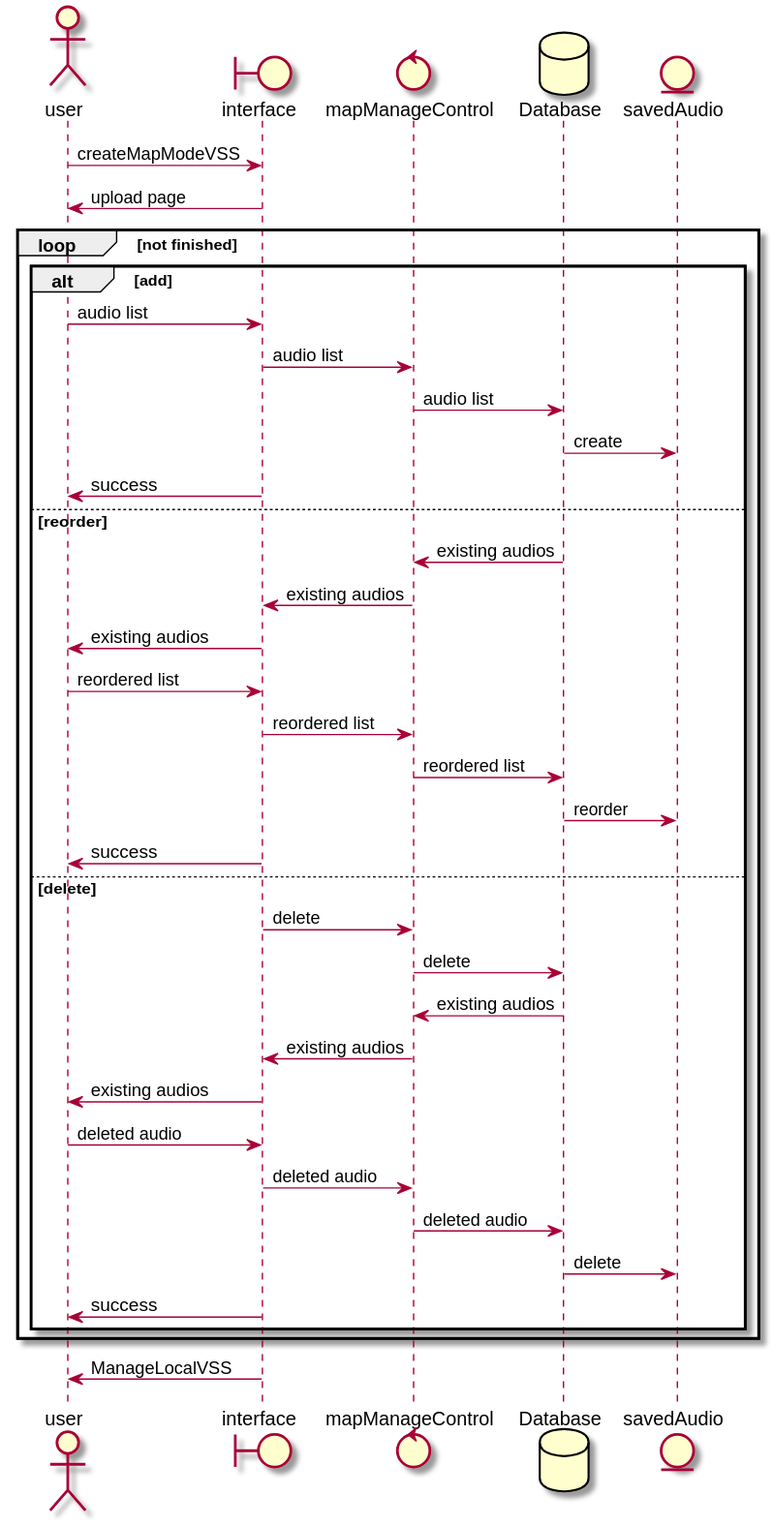
kpp19920121/doc keeps this PlantUML diagram as 需求定义和分析/SeqDiagram/createconcertmodevss.svg. Above is the earlier version. The source it was exported from:
```plantuml
@startuml
actor user
boundary interface
control mapManageControl
database Database
entity savedAudio

user -> interface: createMapModeVSS
interface -> user: upload page

loop not finished
    alt add
        user -> interface: audio list
        interface -> mapManageControl: audio list
        mapManageControl -> Database: audio list
        Database -> savedAudio: create
        interface -> user: success
    else reorder
        Database -> mapManageControl: existing audios
        mapManageControl -> interface: existing audios
        interface -> user: existing audios
        user -> interface: reordered list
        interface -> mapManageControl: reordered list
        mapManageControl -> Database: reordered list
        Database -> savedAudio: reorder
        interface -> user: success
    else delete
        interface -> mapManageControl: delete
        mapManageControl -> Database: delete
        Database -> mapManageControl: existing audios
        mapManageControl -> interface: existing audios
        interface -> user: existing audios
        user -> interface: deleted audio
        interface -> mapManageControl: deleted audio
        mapManageControl -> Database: deleted audio
        Database -> savedAudio: delete
        interface -> user: success
    end
end

interface -> user: ManageLocalVSS
@enduml
```
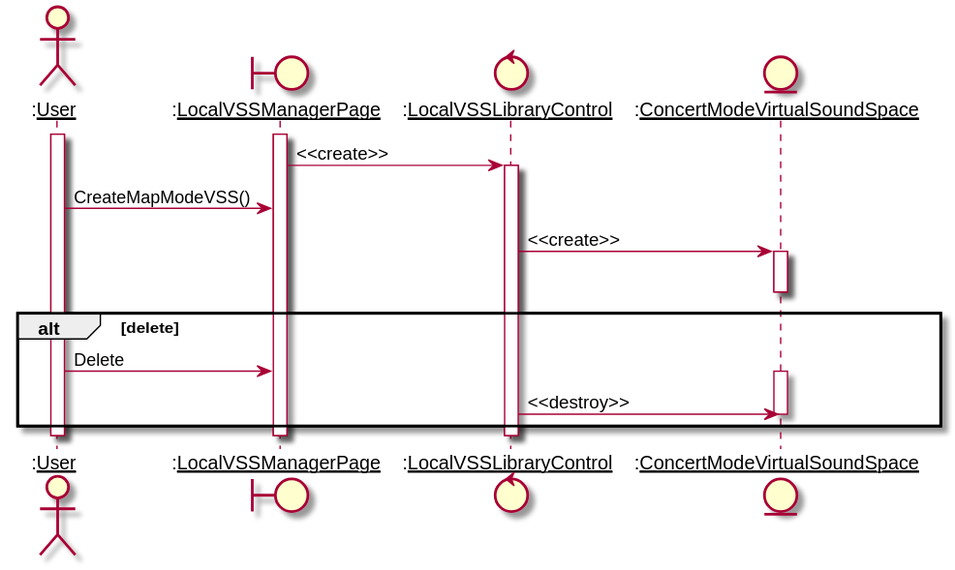
After the change.

The edit, as a diff of the source:
```diff
@@ -1,42 +1,24 @@
 @startuml
-actor user
-boundary interface
-control mapManageControl
-database Database
-entity savedAudio
+actor ":__User__" as User
+boundary ":__LocalVSSManagerPage__" as LocalVSSManagerPage
+control ":__LocalVSSLibraryControl__" as LocalVSSLibraryControl
+entity ":__ConcertModeVirtualSoundSpace__" as ConcertModeVirtualSoundSpace
 
-user -> interface: createMapModeVSS
-interface -> user: upload page
-
-loop not finished
-    alt add
-        user -> interface: audio list
-        interface -> mapManageControl: audio list
-        mapManageControl -> Database: audio list
-        Database -> savedAudio: create
-        interface -> user: success
-    else reorder
-        Database -> mapManageControl: existing audios
-        mapManageControl -> interface: existing audios
-        interface -> user: existing audios
-        user -> interface: reordered list
-        interface -> mapManageControl: reordered list
-        mapManageControl -> Database: reordered list
-        Database -> savedAudio: reorder
-        interface -> user: success
-    else delete
-        interface -> mapManageControl: delete
-        mapManageControl -> Database: delete
-        Database -> mapManageControl: existing audios
-        mapManageControl -> interface: existing audios
-        interface -> user: existing audios
-        user -> interface: deleted audio
-        interface -> mapManageControl: deleted audio
-        mapManageControl -> Database: deleted audio
-        Database -> savedAudio: delete
-        interface -> user: success
-    end
+activate User
+activate LocalVSSManagerPage
+LocalVSSManagerPage -> LocalVSSLibraryControl: <<create>>
+activate LocalVSSLibraryControl
+User -> LocalVSSManagerPage: CreateMapModeVSS()
+LocalVSSLibraryControl -> ConcertModeVirtualSoundSpace: <<create>>
+activate ConcertModeVirtualSoundSpace
+deactivate ConcertModeVirtualSoundSpace
+alt delete
+    User -> LocalVSSManagerPage: Delete
+    activate ConcertModeVirtualSoundSpace
+    LocalVSSLibraryControl -> ConcertModeVirtualSoundSpace: <<destroy>>
+    deactivate ConcertModeVirtualSoundSpace
 end
-
-interface -> user: ManageLocalVSS
+deactivate LocalVSSLibraryControl
+deactivate LocalVSSManagerPage
+deactivate User
 @enduml
```
